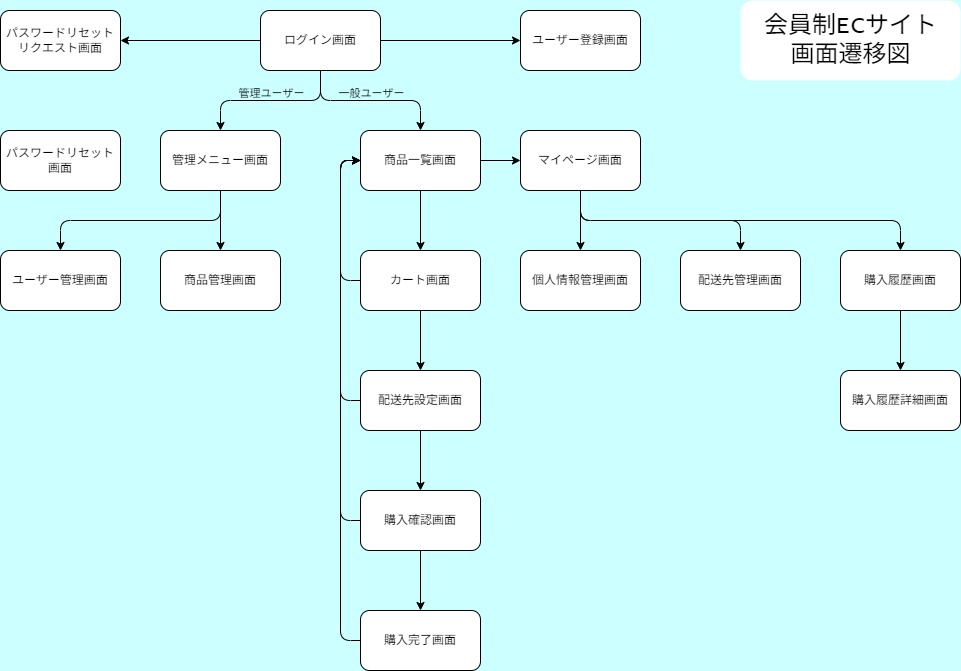
The draw.io diagram documents/画面遷移図.drawio.png in Kaz-1976/learning-php-laravel, before a commit. Source tidied: cells renumbered, new cells last; positions are measured from the earlier drawing's top-left corner, leaving out a move shared by most shapes. Its diagram source:
```xml
<mxGraphModel background="#CCFFFF" shadow="1">
  <root>
    <mxCell id="0" />
    <mxCell id="1" parent="0" />
    <mxCell id="2" style="html=1;exitX=0;exitY=0.5;exitDx=0;exitDy=0;entryX=1;entryY=0.5;entryDx=0;entryDy=0;rounded=1;" parent="1" edge="1" source="4" target="14">
      <mxGeometry relative="1" as="geometry" />
    </mxCell>
    <mxCell id="3" style="edgeStyle=none;html=1;entryX=0;entryY=0.5;entryDx=0;entryDy=0;rounded=1;" parent="1" edge="1" source="4" target="13">
      <mxGeometry relative="1" as="geometry" />
    </mxCell>
    <mxCell id="4" value="ログイン画面" style="rounded=1;whiteSpace=wrap;html=1;" parent="1" vertex="1">
      <mxGeometry x="260" y="10" width="120" height="60" as="geometry" />
    </mxCell>
    <mxCell id="5" style="edgeStyle=none;html=1;entryX=0.5;entryY=0;entryDx=0;entryDy=0;rounded=1;" parent="1" edge="1" source="7" target="11">
      <mxGeometry relative="1" as="geometry" />
    </mxCell>
    <mxCell id="6" style="edgeStyle=orthogonalEdgeStyle;html=1;entryX=0.5;entryY=0;entryDx=0;entryDy=0;exitX=0.5;exitY=1;exitDx=0;exitDy=0;rounded=1;" parent="1" edge="1" source="7" target="12">
      <mxGeometry relative="1" as="geometry" />
    </mxCell>
    <mxCell id="7" value="管理メニュー画面" style="rounded=1;whiteSpace=wrap;html=1;" parent="1" vertex="1">
      <mxGeometry x="160" y="130" width="120" height="60" as="geometry" />
    </mxCell>
    <mxCell id="8" style="edgeStyle=none;html=1;rounded=1;" parent="1" edge="1" source="10" target="18">
      <mxGeometry relative="1" as="geometry" />
    </mxCell>
    <mxCell id="9" style="edgeStyle=none;html=1;rounded=1;" parent="1" edge="1" source="10" target="30">
      <mxGeometry relative="1" as="geometry" />
    </mxCell>
    <mxCell id="10" value="商品一覧画面" style="rounded=1;whiteSpace=wrap;html=1;" parent="1" vertex="1">
      <mxGeometry x="360" y="130" width="120" height="60" as="geometry" />
    </mxCell>
    <mxCell id="11" value="商品管理画面" style="rounded=1;whiteSpace=wrap;html=1;" parent="1" vertex="1">
      <mxGeometry x="160" y="250" width="120" height="60" as="geometry" />
    </mxCell>
    <mxCell id="12" value="ユーザー管理画面" style="rounded=1;whiteSpace=wrap;html=1;" parent="1" vertex="1">
      <mxGeometry y="250" width="120" height="60" as="geometry" />
    </mxCell>
    <mxCell id="13" value="ユーザー登録画面" style="rounded=1;whiteSpace=wrap;html=1;" parent="1" vertex="1">
      <mxGeometry x="520" y="10" width="120" height="60" as="geometry" />
    </mxCell>
    <mxCell id="14" value="パスワードリセットリクエスト&lt;span style=&quot;background-color: transparent;&quot;&gt;画面&lt;/span&gt;" style="rounded=1;whiteSpace=wrap;html=1;" parent="1" vertex="1">
      <mxGeometry y="10" width="120" height="60" as="geometry" />
    </mxCell>
    <mxCell id="15" value="パスワードリセット&lt;span style=&quot;background-color: transparent;&quot;&gt;画面&lt;/span&gt;" style="rounded=1;whiteSpace=wrap;html=1;" parent="1" vertex="1">
      <mxGeometry y="130" width="120" height="60" as="geometry" />
    </mxCell>
    <mxCell id="16" style="edgeStyle=none;html=1;rounded=1;" parent="1" edge="1" source="18" target="21">
      <mxGeometry relative="1" as="geometry" />
    </mxCell>
    <mxCell id="17" style="edgeStyle=orthogonalEdgeStyle;html=1;exitX=1;exitY=0.5;exitDx=0;exitDy=0;rounded=1;" parent="1" edge="1" source="18">
      <mxGeometry relative="1" as="geometry">
        <mxPoint x="360" y="160" as="targetPoint" />
        <Array as="points">
          <mxPoint x="340" y="280" />
          <mxPoint x="340" y="160" />
        </Array>
      </mxGeometry>
    </mxCell>
    <mxCell id="18" value="カート画面" style="whiteSpace=wrap;html=1;rounded=1;" parent="1" vertex="1">
      <mxGeometry x="360" y="250" width="120" height="60" as="geometry" />
    </mxCell>
    <mxCell id="19" style="edgeStyle=none;html=1;rounded=1;" parent="1" edge="1" source="21" target="24">
      <mxGeometry relative="1" as="geometry" />
    </mxCell>
    <mxCell id="20" style="edgeStyle=orthogonalEdgeStyle;html=1;exitX=1;exitY=0.5;exitDx=0;exitDy=0;rounded=1;" parent="1" edge="1" source="21">
      <mxGeometry relative="1" as="geometry">
        <mxPoint x="360" y="160" as="targetPoint" />
        <Array as="points">
          <mxPoint x="340" y="400" />
          <mxPoint x="340" y="160" />
        </Array>
      </mxGeometry>
    </mxCell>
    <mxCell id="21" value="配送先設定画面" style="whiteSpace=wrap;html=1;rounded=1;" parent="1" vertex="1">
      <mxGeometry x="360" y="370" width="120" height="60" as="geometry" />
    </mxCell>
    <mxCell id="22" style="edgeStyle=none;html=1;rounded=1;" parent="1" edge="1" source="24" target="26">
      <mxGeometry relative="1" as="geometry" />
    </mxCell>
    <mxCell id="23" style="edgeStyle=orthogonalEdgeStyle;html=1;exitX=1;exitY=0.5;exitDx=0;exitDy=0;rounded=1;" parent="1" edge="1" source="24">
      <mxGeometry relative="1" as="geometry">
        <mxPoint x="360" y="160" as="targetPoint" />
        <Array as="points">
          <mxPoint x="340" y="520" />
          <mxPoint x="340" y="160" />
        </Array>
      </mxGeometry>
    </mxCell>
    <mxCell id="24" value="購入確認画面" style="whiteSpace=wrap;html=1;rounded=1;" parent="1" vertex="1">
      <mxGeometry x="360" y="490" width="120" height="60" as="geometry" />
    </mxCell>
    <mxCell id="25" style="edgeStyle=orthogonalEdgeStyle;html=1;exitX=0;exitY=0.5;exitDx=0;exitDy=0;entryX=0;entryY=0.5;entryDx=0;entryDy=0;rounded=1;" parent="1" edge="1" source="26" target="10">
      <mxGeometry relative="1" as="geometry">
        <Array as="points">
          <mxPoint x="340" y="640" />
          <mxPoint x="340" y="160" />
        </Array>
      </mxGeometry>
    </mxCell>
    <mxCell id="26" value="購入完了画面" style="whiteSpace=wrap;html=1;rounded=1;" parent="1" vertex="1">
      <mxGeometry x="360" y="610" width="120" height="60" as="geometry" />
    </mxCell>
    <mxCell id="27" style="edgeStyle=orthogonalEdgeStyle;html=1;exitX=0.5;exitY=1;exitDx=0;exitDy=0;rounded=1;" parent="1" edge="1" source="30" target="31">
      <mxGeometry relative="1" as="geometry" />
    </mxCell>
    <mxCell id="28" style="edgeStyle=orthogonalEdgeStyle;html=1;exitX=0.5;exitY=1;exitDx=0;exitDy=0;rounded=1;" parent="1" edge="1" source="30" target="33">
      <mxGeometry relative="1" as="geometry" />
    </mxCell>
    <mxCell id="29" style="edgeStyle=none;html=1;rounded=1;" parent="1" edge="1" source="30" target="34">
      <mxGeometry relative="1" as="geometry" />
    </mxCell>
    <mxCell id="30" value="マイページ画面" style="whiteSpace=wrap;html=1;rounded=1;" parent="1" vertex="1">
      <mxGeometry x="520" y="130" width="120" height="60" as="geometry" />
    </mxCell>
    <mxCell id="31" value="配送先管理画面" style="whiteSpace=wrap;html=1;rounded=1;" parent="1" vertex="1">
      <mxGeometry x="680" y="250" width="120" height="60" as="geometry" />
    </mxCell>
    <mxCell id="32" style="edgeStyle=none;html=1;rounded=1;" parent="1" edge="1" source="33" target="35">
      <mxGeometry relative="1" as="geometry" />
    </mxCell>
    <mxCell id="33" value="購入履歴画面" style="whiteSpace=wrap;html=1;rounded=1;" parent="1" vertex="1">
      <mxGeometry x="840" y="250" width="120" height="60" as="geometry" />
    </mxCell>
    <mxCell id="34" value="個人情報管理画面" style="whiteSpace=wrap;html=1;rounded=1;" parent="1" vertex="1">
      <mxGeometry x="520" y="250" width="120" height="60" as="geometry" />
    </mxCell>
    <mxCell id="35" value="購入履歴詳細画面" style="whiteSpace=wrap;html=1;rounded=1;" parent="1" vertex="1">
      <mxGeometry x="840" y="370" width="120" height="60" as="geometry" />
    </mxCell>
    <mxCell id="36" style="endArrow=classic;html=1;exitX=0.5;exitY=1;exitDx=0;exitDy=0;entryX=0.5;entryY=0;entryDx=0;entryDy=0;edgeStyle=orthogonalEdgeStyle;rounded=1;curved=0;fontFamily=Lucida Console;spacingTop=0;spacing=2;" parent="1" edge="1" source="4" target="10">
      <mxGeometry relative="1" as="geometry" />
    </mxCell>
    <mxCell id="37" value="&lt;font style=&quot;&quot;&gt;一般ユーザー&lt;/font&gt;" style="edgeLabel;html=1;align=center;verticalAlign=middle;rounded=1;labelBackgroundColor=none;fontColor=#000000;spacing=0;spacingBottom=16;" parent="36" vertex="1">
      <mxGeometry relative="1" as="geometry" />
    </mxCell>
    <mxCell id="38" style="endArrow=classic;html=1;entryX=0.5;entryY=0;entryDx=0;entryDy=0;exitX=0.5;exitY=1;exitDx=0;exitDy=0;rounded=1;edgeStyle=orthogonalEdgeStyle;" parent="1" edge="1" source="4" target="7">
      <mxGeometry relative="1" as="geometry" />
    </mxCell>
    <mxCell id="39" value="&lt;font style=&quot;&quot;&gt;管理ユーザー&lt;/font&gt;" style="edgeLabel;html=1;align=center;verticalAlign=middle;rounded=1;labelBackgroundColor=none;fontColor=default;labelBorderColor=none;spacing=0;spacingBottom=16;" parent="38" vertex="1">
      <mxGeometry relative="1" as="geometry" />
    </mxCell>
    <mxCell id="40" value="会員制ECサイト&lt;div&gt;画面遷移図&lt;/div&gt;" style="text;align=center;verticalAlign=middle;fontStyle=0;fontFamily=Lucida Console;fontSize=24;html=1;spacing=8;rounded=1;labelBackgroundColor=default;spacingTop=0;horizontal=1;strokeWidth=0;glass=0;fillColor=default;spacingLeft=8;spacingRight=8;" parent="1" vertex="1">
      <mxGeometry x="740" width="220" height="80" as="geometry" />
    </mxCell>
  </root>
</mxGraphModel>
```
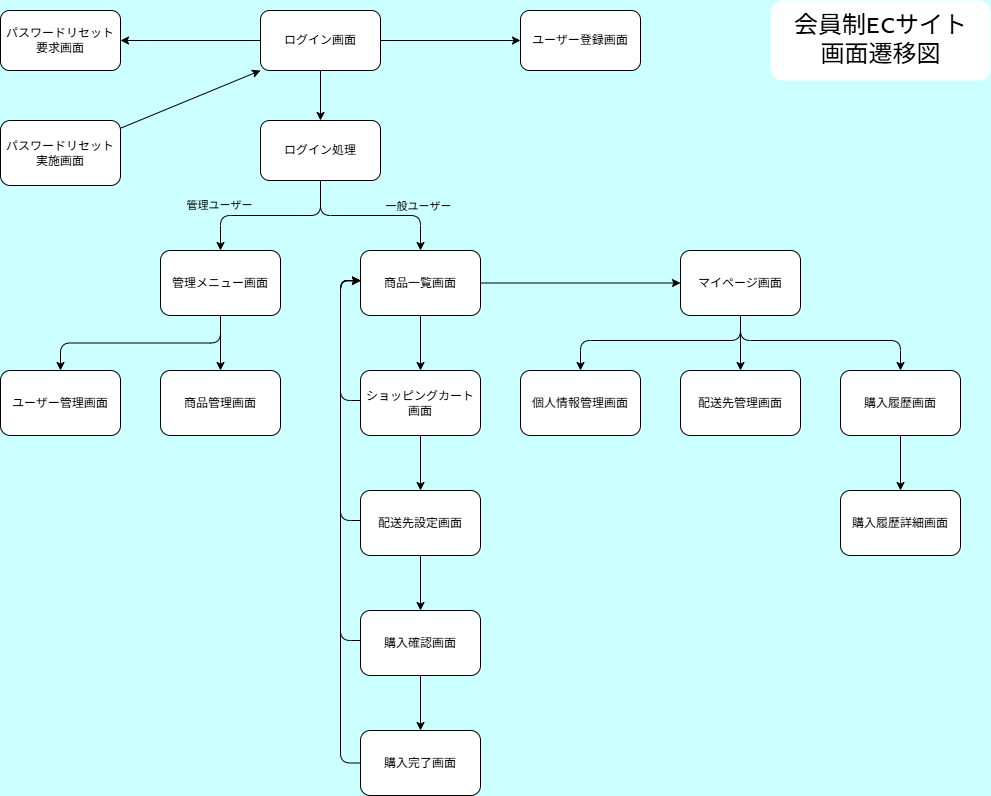
The same diagram one commit later.

Diff of the diagram source:
```diff
@@ -8,8 +8,11 @@
     <mxCell id="3" style="edgeStyle=none;html=1;entryX=0;entryY=0.5;entryDx=0;entryDy=0;rounded=1;" parent="1" edge="1" source="4" target="13">
       <mxGeometry relative="1" as="geometry" />
     </mxCell>
+    <mxCell id="41" style="edgeStyle=none;html=1;exitX=0.5;exitY=1;exitDx=0;exitDy=0;entryX=0.5;entryY=0;entryDx=0;entryDy=0;" parent="1" edge="1" source="4" target="44">
+      <mxGeometry relative="1" as="geometry" />
+    </mxCell>
     <mxCell id="4" value="ログイン画面" style="rounded=1;whiteSpace=wrap;html=1;" parent="1" vertex="1">
-      <mxGeometry x="260" y="10" width="120" height="60" as="geometry" />
+      <mxGeometry x="260" y="-110" width="120" height="60" as="geometry" />
     </mxCell>
     <mxCell id="5" style="edgeStyle=none;html=1;entryX=0.5;entryY=0;entryDx=0;entryDy=0;rounded=1;" parent="1" edge="1" source="7" target="11">
       <mxGeometry relative="1" as="geometry" />
@@ -18,7 +21,7 @@
       <mxGeometry relative="1" as="geometry" />
     </mxCell>
     <mxCell id="7" value="管理メニュー画面" style="rounded=1;whiteSpace=wrap;html=1;" parent="1" vertex="1">
-      <mxGeometry x="160" y="130" width="120" height="60" as="geometry" />
+      <mxGeometry x="160" y="130" width="120" height="65" as="geometry" />
     </mxCell>
     <mxCell id="8" style="edgeStyle=none;html=1;rounded=1;" parent="1" edge="1" source="10" target="18">
       <mxGeometry relative="1" as="geometry" />
@@ -27,22 +30,25 @@
       <mxGeometry relative="1" as="geometry" />
     </mxCell>
     <mxCell id="10" value="商品一覧画面" style="rounded=1;whiteSpace=wrap;html=1;" parent="1" vertex="1">
-      <mxGeometry x="360" y="130" width="120" height="60" as="geometry" />
+      <mxGeometry x="360" y="130" width="120" height="65" as="geometry" />
     </mxCell>
     <mxCell id="11" value="商品管理画面" style="rounded=1;whiteSpace=wrap;html=1;" parent="1" vertex="1">
-      <mxGeometry x="160" y="250" width="120" height="60" as="geometry" />
+      <mxGeometry x="160" y="250" width="120" height="65" as="geometry" />
     </mxCell>
     <mxCell id="12" value="ユーザー管理画面" style="rounded=1;whiteSpace=wrap;html=1;" parent="1" vertex="1">
-      <mxGeometry y="250" width="120" height="60" as="geometry" />
+      <mxGeometry y="250" width="120" height="65" as="geometry" />
     </mxCell>
     <mxCell id="13" value="ユーザー登録画面" style="rounded=1;whiteSpace=wrap;html=1;" parent="1" vertex="1">
-      <mxGeometry x="520" y="10" width="120" height="60" as="geometry" />
+      <mxGeometry x="520" y="-110" width="120" height="60" as="geometry" />
     </mxCell>
-    <mxCell id="14" value="パスワードリセットリクエスト&lt;span style=&quot;background-color: transparent;&quot;&gt;画面&lt;/span&gt;" style="rounded=1;whiteSpace=wrap;html=1;" parent="1" vertex="1">
-      <mxGeometry y="10" width="120" height="60" as="geometry" />
+    <mxCell id="14" value="パスワードリセット要求&lt;span style=&quot;background-color: transparent;&quot;&gt;画面&lt;/span&gt;" style="rounded=1;whiteSpace=wrap;html=1;" parent="1" vertex="1">
+      <mxGeometry y="-110" width="120" height="60" as="geometry" />
     </mxCell>
+    <mxCell id="42" style="edgeStyle=none;html=1;entryX=0;entryY=1;entryDx=0;entryDy=0;" parent="1" edge="1" source="15" target="4">
+      <mxGeometry relative="1" as="geometry" />
+    </mxCell>
-    <mxCell id="15" value="パスワードリセット&lt;span style=&quot;background-color: transparent;&quot;&gt;画面&lt;/span&gt;" style="rounded=1;whiteSpace=wrap;html=1;" parent="1" vertex="1">
-      <mxGeometry y="130" width="120" height="60" as="geometry" />
+    <mxCell id="15" value="パスワードリセット実施&lt;span style=&quot;background-color: transparent;&quot;&gt;画面&lt;/span&gt;" style="rounded=1;whiteSpace=wrap;html=1;" parent="1" vertex="1">
+      <mxGeometry width="120" height="65" as="geometry" />
     </mxCell>
     <mxCell id="16" style="edgeStyle=none;html=1;rounded=1;" parent="1" edge="1" source="18" target="21">
       <mxGeometry relative="1" as="geometry" />
@@ -56,8 +62,8 @@
         </Array>
       </mxGeometry>
     </mxCell>
-    <mxCell id="18" value="カート画面" style="whiteSpace=wrap;html=1;rounded=1;" parent="1" vertex="1">
-      <mxGeometry x="360" y="250" width="120" height="60" as="geometry" />
+    <mxCell id="18" value="ショッピングカート&lt;div&gt;画面&lt;/div&gt;" style="whiteSpace=wrap;html=1;rounded=1;" parent="1" vertex="1">
+      <mxGeometry x="360" y="250" width="120" height="65" as="geometry" />
     </mxCell>
     <mxCell id="19" style="edgeStyle=none;html=1;rounded=1;" parent="1" edge="1" source="21" target="24">
       <mxGeometry relative="1" as="geometry" />
@@ -72,7 +78,7 @@
       </mxGeometry>
     </mxCell>
     <mxCell id="21" value="配送先設定画面" style="whiteSpace=wrap;html=1;rounded=1;" parent="1" vertex="1">
-      <mxGeometry x="360" y="370" width="120" height="60" as="geometry" />
+      <mxGeometry x="360" y="370" width="120" height="65" as="geometry" />
     </mxCell>
     <mxCell id="22" style="edgeStyle=none;html=1;rounded=1;" parent="1" edge="1" source="24" target="26">
       <mxGeometry relative="1" as="geometry" />
@@ -87,60 +93,79 @@
       </mxGeometry>
     </mxCell>
     <mxCell id="24" value="購入確認画面" style="whiteSpace=wrap;html=1;rounded=1;" parent="1" vertex="1">
-      <mxGeometry x="360" y="490" width="120" height="60" as="geometry" />
+      <mxGeometry x="360" y="490" width="120" height="65" as="geometry" />
     </mxCell>
-    <mxCell id="25" style="edgeStyle=orthogonalEdgeStyle;html=1;exitX=0;exitY=0.5;exitDx=0;exitDy=0;entryX=0;entryY=0.5;entryDx=0;entryDy=0;rounded=1;" parent="1" edge="1" source="26" target="10">
-      <mxGeometry relative="1" as="geometry">
-        <Array as="points">
-          <mxPoint x="340" y="640" />
-          <mxPoint x="340" y="160" />
-        </Array>
-      </mxGeometry>
-    </mxCell>
+    <mxCell id="43" style="edgeStyle=elbowEdgeStyle;exitX=0;exitY=0.5;exitDx=0;exitDy=0;entryX=0;entryY=0.5;entryDx=0;entryDy=0;strokeColor=default;html=1;spacing=2;" parent="1" edge="1" source="26">
+      <mxGeometry relative="1" as="geometry">
+        <mxPoint x="360" y="160.5" as="targetPoint" />
+        <Array as="points">
+          <mxPoint x="340" y="378" />
+          <mxPoint x="330" y="188" />
+        </Array>
+      </mxGeometry>
+    </mxCell>
     <mxCell id="26" value="購入完了画面" style="whiteSpace=wrap;html=1;rounded=1;" parent="1" vertex="1">
-      <mxGeometry x="360" y="610" width="120" height="60" as="geometry" />
+      <mxGeometry x="360" y="610" width="120" height="65" as="geometry" />
     </mxCell>
     <mxCell id="27" style="edgeStyle=orthogonalEdgeStyle;html=1;exitX=0.5;exitY=1;exitDx=0;exitDy=0;rounded=1;" parent="1" edge="1" source="30" target="31">
       <mxGeometry relative="1" as="geometry" />
     </mxCell>
     <mxCell id="28" style="edgeStyle=orthogonalEdgeStyle;html=1;exitX=0.5;exitY=1;exitDx=0;exitDy=0;rounded=1;" parent="1" edge="1" source="30" target="33">
-      <mxGeometry relative="1" as="geometry" />
+      <mxGeometry relative="1" as="geometry">
+        <Array as="points">
+          <mxPoint x="740" y="220" />
+          <mxPoint x="900" y="220" />
+        </Array>
+      </mxGeometry>
     </mxCell>
-    <mxCell id="29" style="edgeStyle=none;html=1;rounded=1;" parent="1" edge="1" source="30" target="34">
-      <mxGeometry relative="1" as="geometry" />
+    <mxCell id="29" style="edgeStyle=orthogonalEdgeStyle;html=1;rounded=1;entryX=0.5;entryY=0;entryDx=0;entryDy=0;" parent="1" edge="1" target="34">
+      <mxGeometry relative="1" as="geometry">
+        <mxPoint x="740" y="198" as="sourcePoint" />
+        <Array as="points">
+          <mxPoint x="740" y="220" />
+          <mxPoint x="580" y="220" />
+        </Array>
+      </mxGeometry>
     </mxCell>
     <mxCell id="30" value="マイページ画面" style="whiteSpace=wrap;html=1;rounded=1;" parent="1" vertex="1">
-      <mxGeometry x="520" y="130" width="120" height="60" as="geometry" />
+      <mxGeometry x="680" y="130" width="120" height="65" as="geometry" />
     </mxCell>
     <mxCell id="31" value="配送先管理画面" style="whiteSpace=wrap;html=1;rounded=1;" parent="1" vertex="1">
-      <mxGeometry x="680" y="250" width="120" height="60" as="geometry" />
+      <mxGeometry x="680" y="250" width="120" height="65" as="geometry" />
     </mxCell>
     <mxCell id="32" style="edgeStyle=none;html=1;rounded=1;" parent="1" edge="1" source="33" target="35">
       <mxGeometry relative="1" as="geometry" />
     </mxCell>
     <mxCell id="33" value="購入履歴画面" style="whiteSpace=wrap;html=1;rounded=1;" parent="1" vertex="1">
-      <mxGeometry x="840" y="250" width="120" height="60" as="geometry" />
+      <mxGeometry x="840" y="250" width="120" height="65" as="geometry" />
     </mxCell>
     <mxCell id="34" value="個人情報管理画面" style="whiteSpace=wrap;html=1;rounded=1;" parent="1" vertex="1">
-      <mxGeometry x="520" y="250" width="120" height="60" as="geometry" />
+      <mxGeometry x="520" y="250" width="120" height="65" as="geometry" />
     </mxCell>
     <mxCell id="35" value="購入履歴詳細画面" style="whiteSpace=wrap;html=1;rounded=1;" parent="1" vertex="1">
-      <mxGeometry x="840" y="370" width="120" height="60" as="geometry" />
+      <mxGeometry x="840" y="370" width="120" height="65" as="geometry" />
     </mxCell>
-    <mxCell id="36" style="endArrow=classic;html=1;exitX=0.5;exitY=1;exitDx=0;exitDy=0;entryX=0.5;entryY=0;entryDx=0;entryDy=0;edgeStyle=orthogonalEdgeStyle;rounded=1;curved=0;fontFamily=Lucida Console;spacingTop=0;spacing=2;" parent="1" edge="1" source="4" target="10">
+    <mxCell id="36" style="endArrow=classic;html=1;entryX=0.5;entryY=0;entryDx=0;entryDy=0;edgeStyle=orthogonalEdgeStyle;rounded=1;curved=0;fontFamily=Lucida Console;spacingTop=0;spacing=2;exitX=0.5;exitY=1;exitDx=0;exitDy=0;" parent="1" edge="1" source="44" target="10">
       <mxGeometry relative="1" as="geometry" />
     </mxCell>
     <mxCell id="37" value="&lt;font style=&quot;&quot;&gt;一般ユーザー&lt;/font&gt;" style="edgeLabel;html=1;align=center;verticalAlign=middle;rounded=1;labelBackgroundColor=none;fontColor=#000000;spacing=0;spacingBottom=16;" parent="36" vertex="1">
-      <mxGeometry relative="1" as="geometry" />
+      <mxGeometry relative="1" as="geometry">
+        <mxPoint x="47" y="-2" as="offset" />
+      </mxGeometry>
     </mxCell>
-    <mxCell id="38" style="endArrow=classic;html=1;entryX=0.5;entryY=0;entryDx=0;entryDy=0;exitX=0.5;exitY=1;exitDx=0;exitDy=0;rounded=1;edgeStyle=orthogonalEdgeStyle;" parent="1" edge="1" source="4" target="7">
+    <mxCell id="38" style="endArrow=classic;html=1;entryX=0.5;entryY=0;entryDx=0;entryDy=0;rounded=1;edgeStyle=orthogonalEdgeStyle;exitX=0.5;exitY=1;exitDx=0;exitDy=0;" parent="1" edge="1" source="44" target="7">
       <mxGeometry relative="1" as="geometry" />
     </mxCell>
     <mxCell id="39" value="&lt;font style=&quot;&quot;&gt;管理ユーザー&lt;/font&gt;" style="edgeLabel;html=1;align=center;verticalAlign=middle;rounded=1;labelBackgroundColor=none;fontColor=default;labelBorderColor=none;spacing=0;spacingBottom=16;" parent="38" vertex="1">
-      <mxGeometry relative="1" as="geometry" />
+      <mxGeometry relative="1" as="geometry">
+        <mxPoint x="-52" y="-3" as="offset" />
+      </mxGeometry>
     </mxCell>
     <mxCell id="40" value="会員制ECサイト&lt;div&gt;画面遷移図&lt;/div&gt;" style="text;align=center;verticalAlign=middle;fontStyle=0;fontFamily=Lucida Console;fontSize=24;html=1;spacing=8;rounded=1;labelBackgroundColor=default;spacingTop=0;horizontal=1;strokeWidth=0;glass=0;fillColor=default;spacingLeft=8;spacingRight=8;" parent="1" vertex="1">
-      <mxGeometry x="740" width="220" height="80" as="geometry" />
+      <mxGeometry x="770" y="-120" width="220" height="80" as="geometry" />
     </mxCell>
+    <mxCell id="44" value="ログイン処理" style="rounded=1;whiteSpace=wrap;html=1;" parent="1" vertex="1">
+      <mxGeometry x="260" width="120" height="60" as="geometry" />
+    </mxCell>
   </root>
 </mxGraphModel>
```
